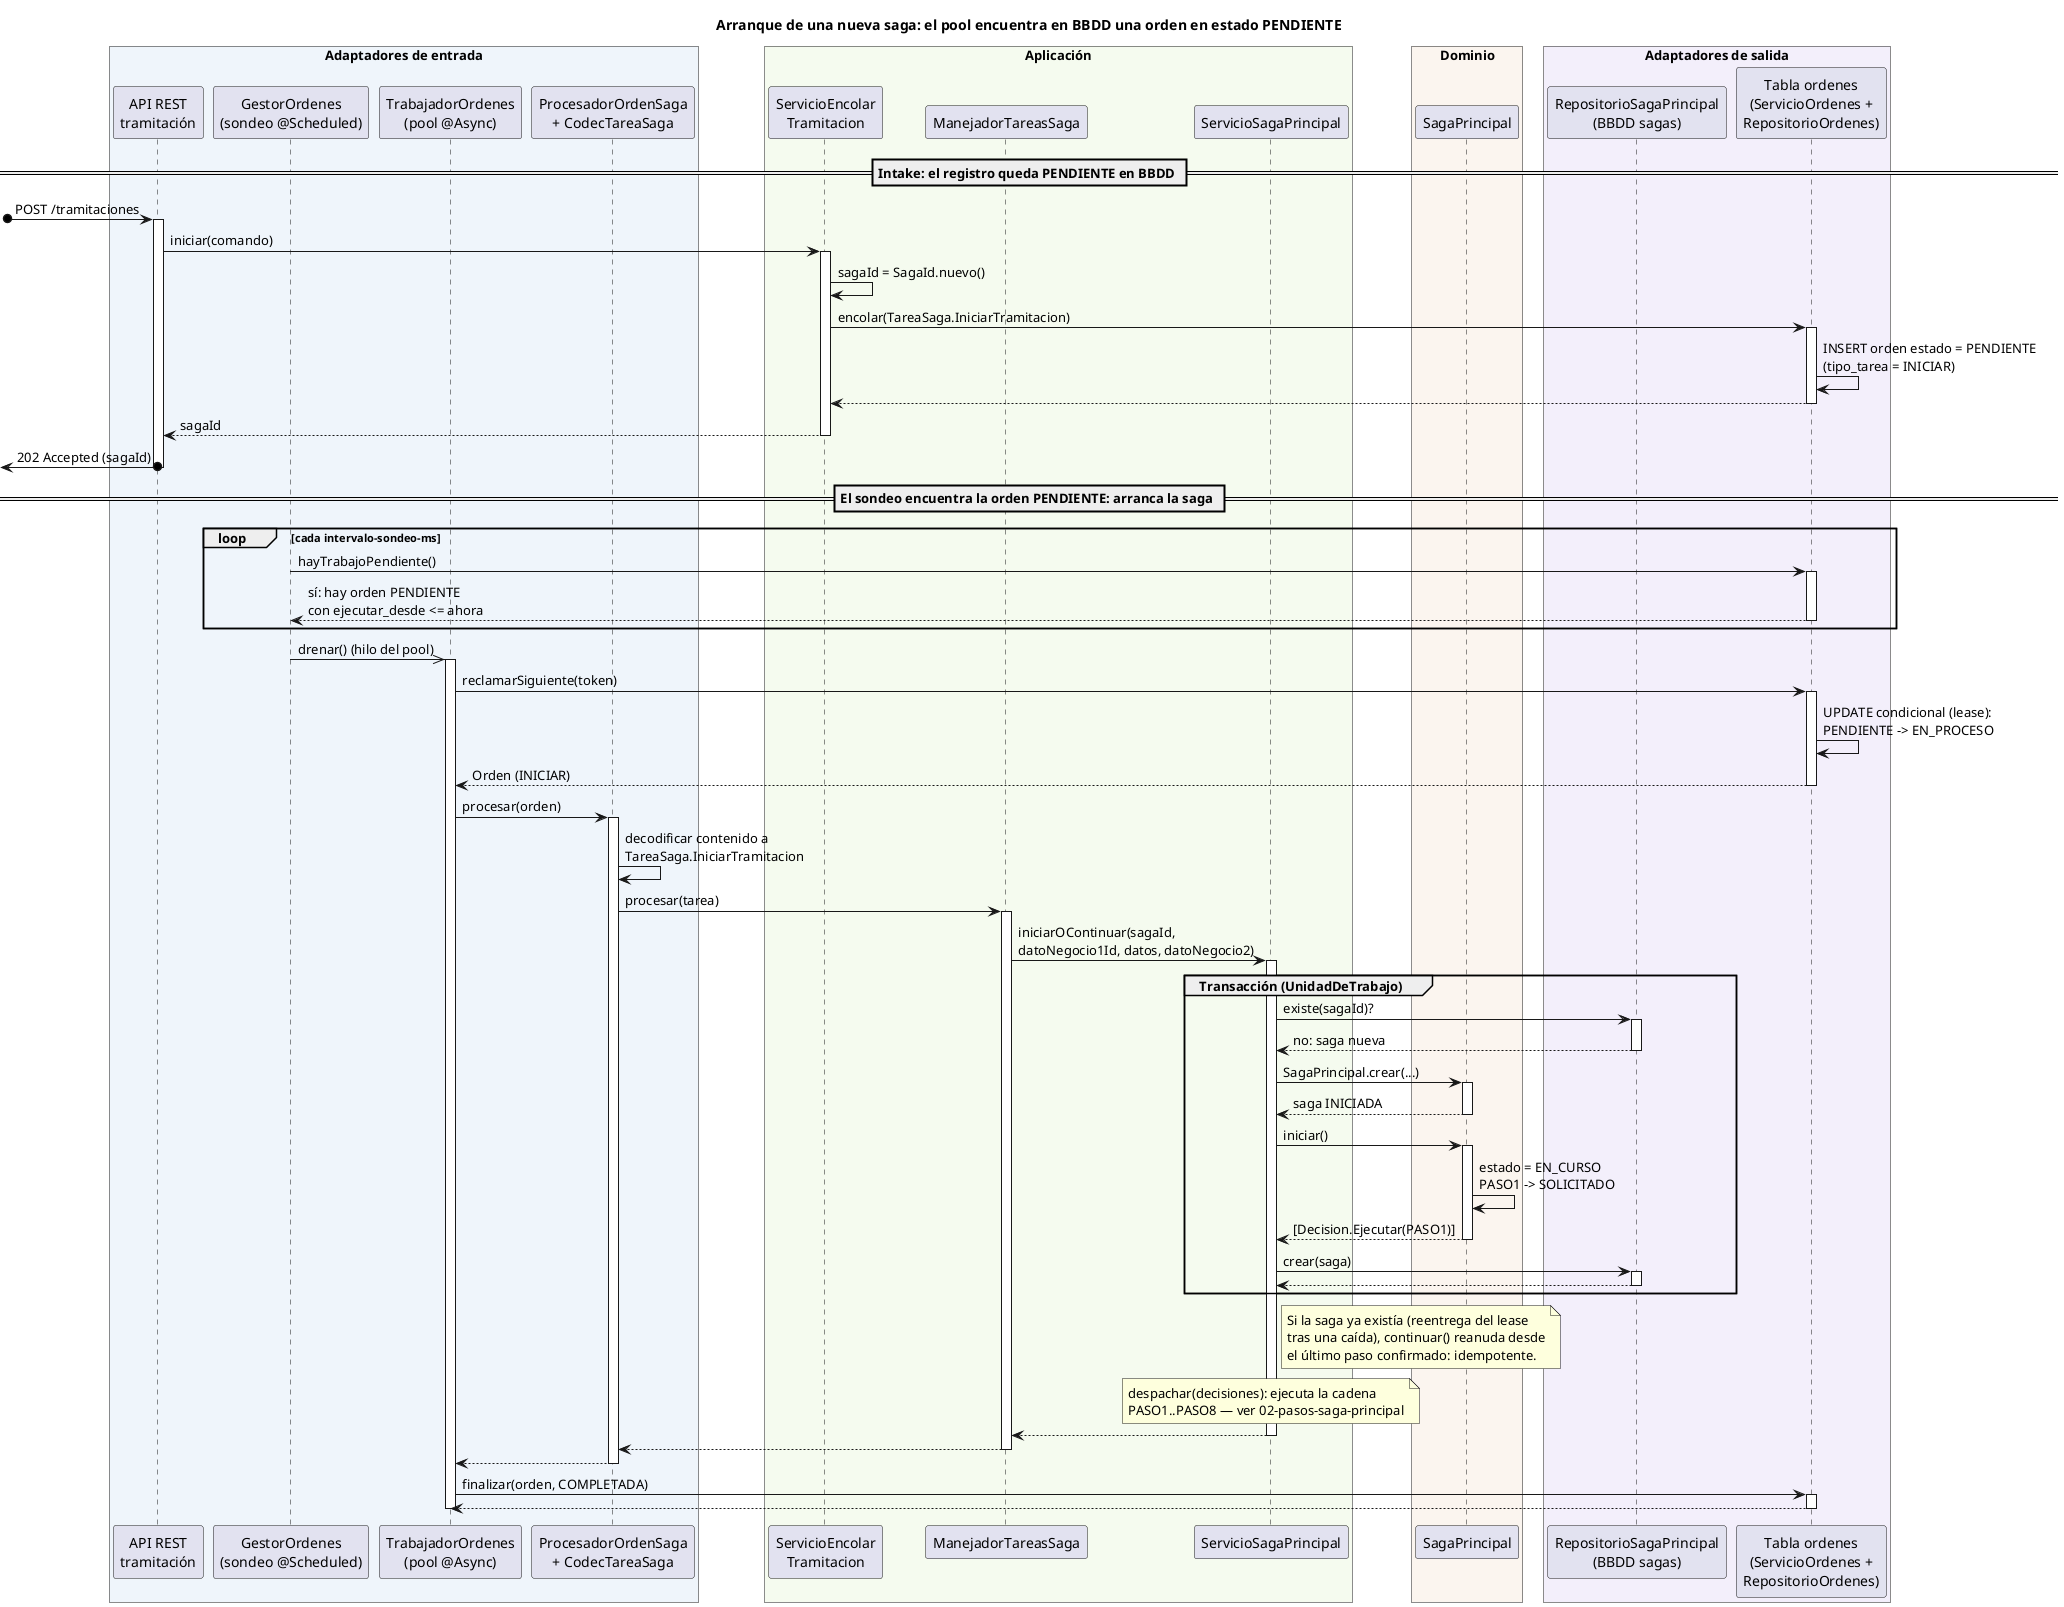
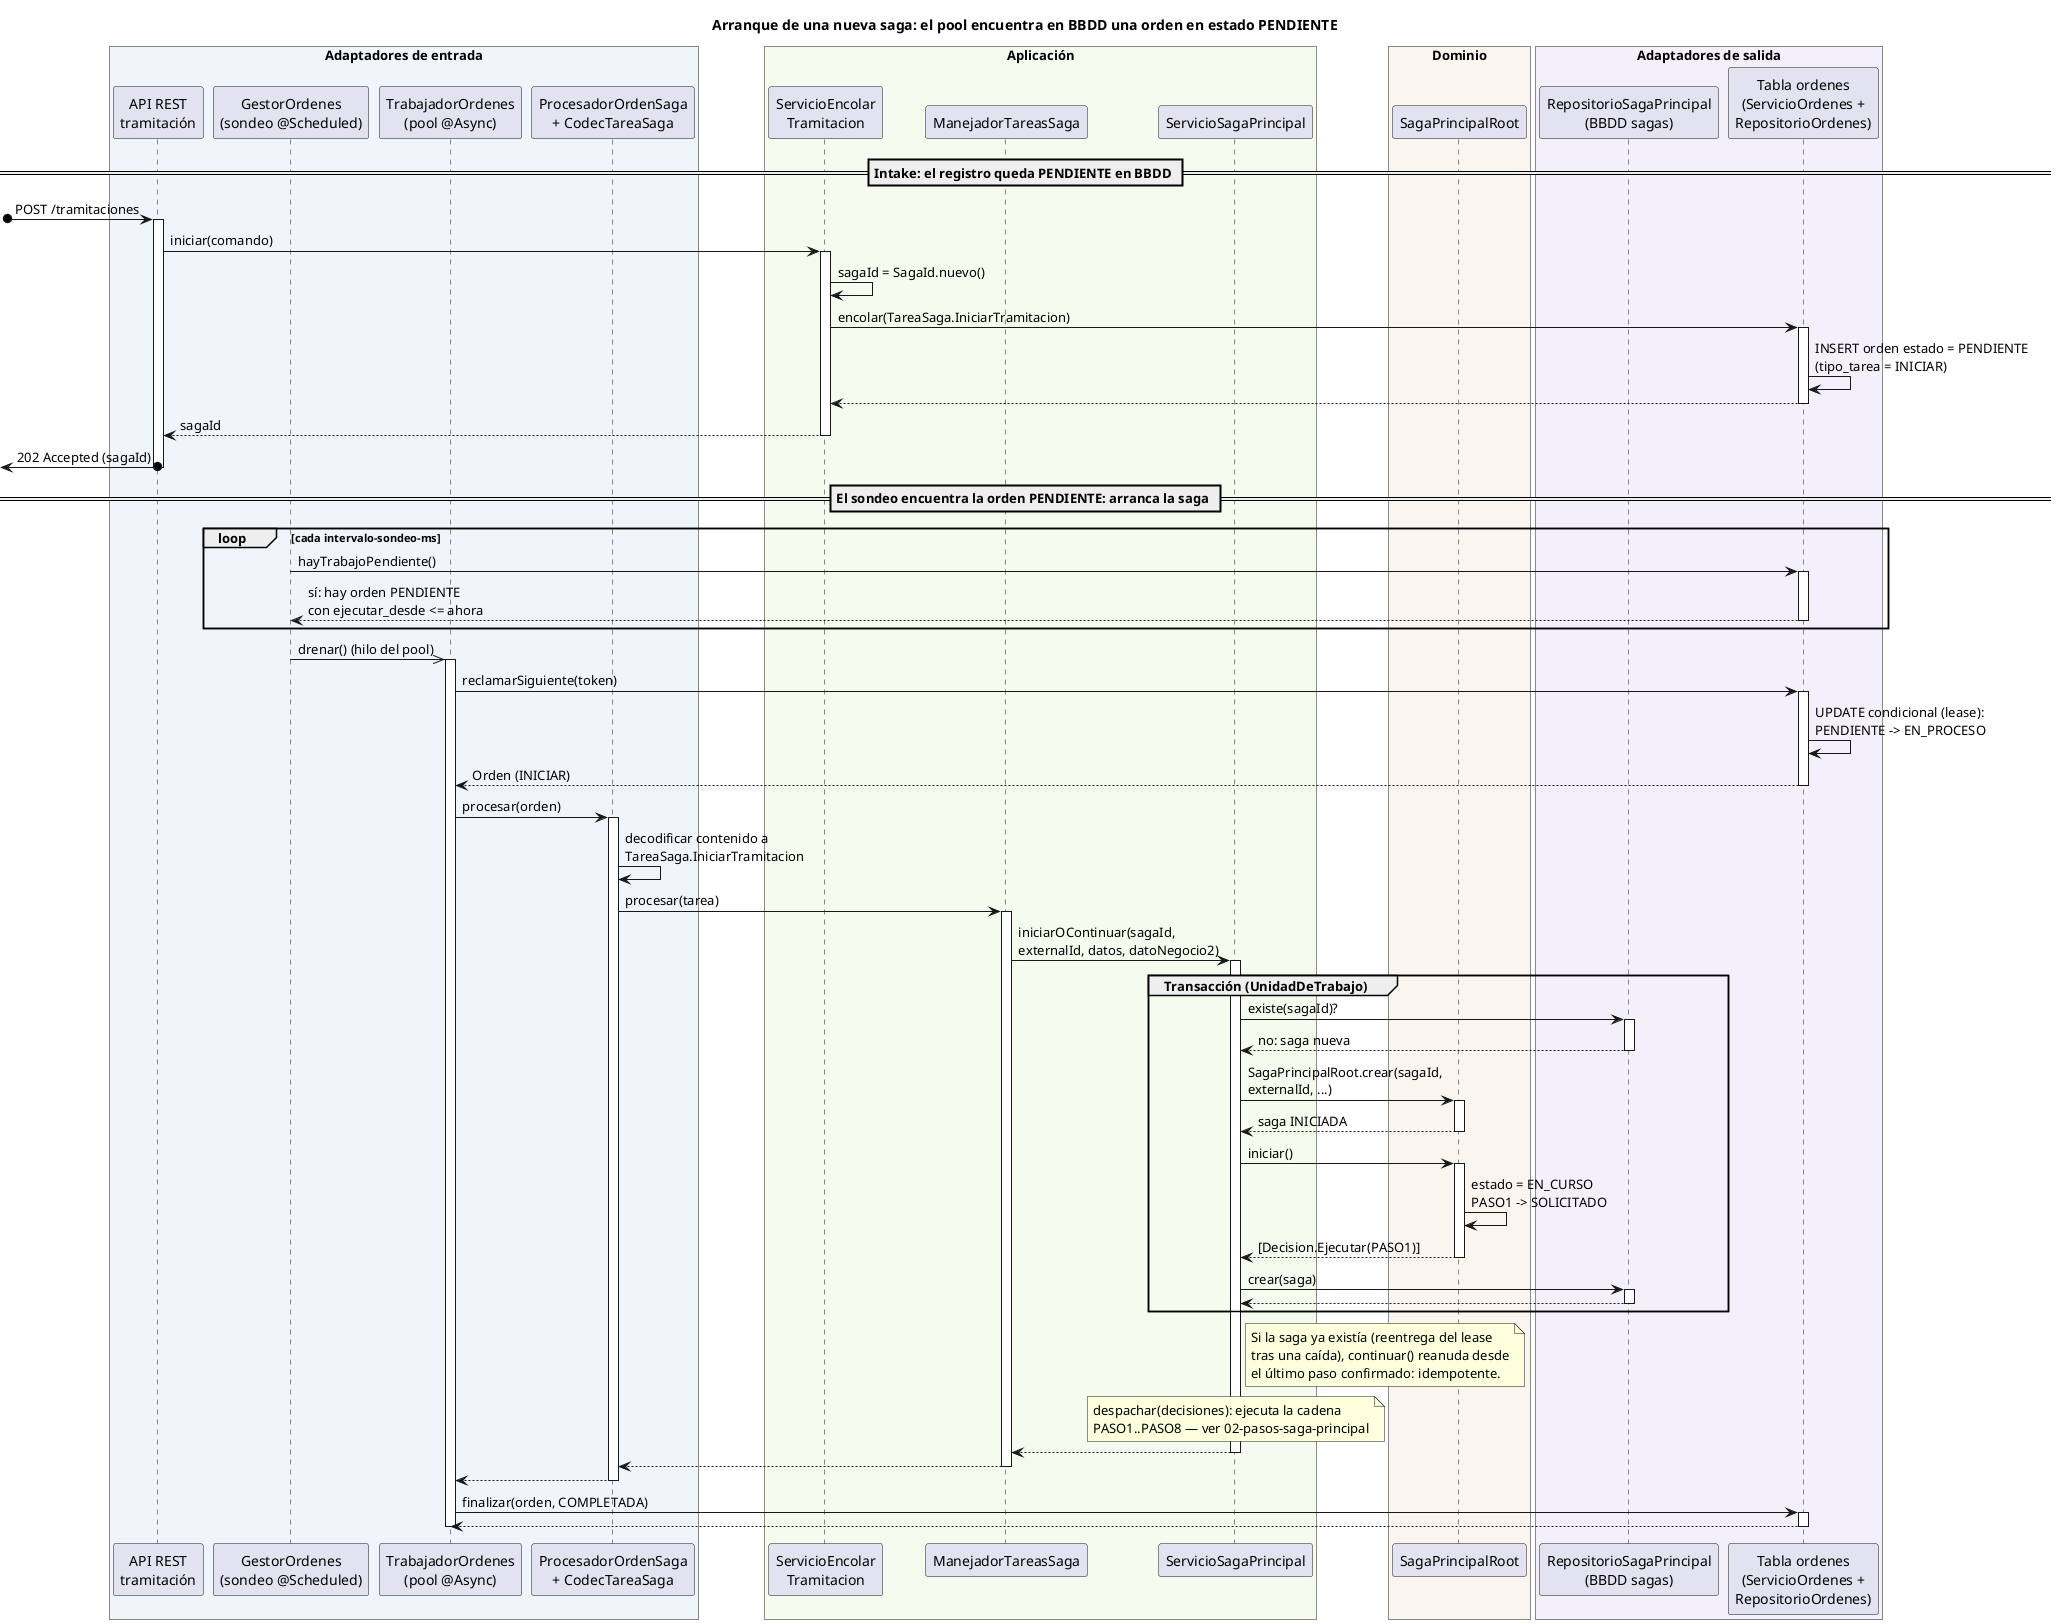
@startuml 01-arranque-saga-nueva
title Arranque de una nueva saga: el pool encuentra en BBDD una orden en estado PENDIENTE

box "Adaptadores de entrada" #EFF5FB
  participant "API REST\ntramitación" as REST
  participant "GestorOrdenes\n(sondeo @Scheduled)" as GESTOR
  participant "TrabajadorOrdenes\n(pool @Async)" as TRAB
  participant "ProcesadorOrdenSaga\n+ CodecTareaSaga" as PROC
end box
box "Aplicación" #F5FBEF
  participant "ServicioEncolar\nTramitacion" as ENC
  participant "ManejadorTareasSaga" as MANEJ
  participant "ServicioSagaPrincipal" as SVC
end box
box "Dominio" #FBF5EF
-   participant "SagaPrincipal" as SAGA
+   participant "SagaPrincipalRoot" as SAGA
end box
box "Adaptadores de salida" #F3EFFB
  participant "RepositorioSagaPrincipal\n(BBDD sagas)" as REPO
  participant "Tabla ordenes\n(ServicioOrdenes +\nRepositorioOrdenes)" as ORD
end box

== Intake: el registro queda PENDIENTE en BBDD ==
[o-> REST : POST /tramitaciones
activate REST
REST -> ENC ++ : iniciar(comando)
ENC -> ENC : sagaId = SagaId.nuevo()
ENC -> ORD ++ : encolar(TareaSaga.IniciarTramitacion)
ORD -> ORD : INSERT orden estado = PENDIENTE\n(tipo_tarea = INICIAR)
return
return sagaId
[<-o REST : 202 Accepted (sagaId)
deactivate REST

== El sondeo encuentra la orden PENDIENTE: arranca la saga ==
loop cada intervalo-sondeo-ms
  GESTOR -> ORD ++ : hayTrabajoPendiente()
  return sí: hay orden PENDIENTE\ncon ejecutar_desde <= ahora
end
GESTOR ->> TRAB : drenar() (hilo del pool)
activate TRAB
TRAB -> ORD ++ : reclamarSiguiente(token)
ORD -> ORD : UPDATE condicional (lease):\nPENDIENTE -> EN_PROCESO
return Orden (INICIAR)
TRAB -> PROC ++ : procesar(orden)
PROC -> PROC : decodificar contenido a\nTareaSaga.IniciarTramitacion
PROC -> MANEJ ++ : procesar(tarea)
- MANEJ -> SVC ++ : iniciarOContinuar(sagaId,\ndatoNegocio1Id, datos, datoNegocio2)
+ MANEJ -> SVC ++ : iniciarOContinuar(sagaId,\nexternalId, datos, datoNegocio2)

group Transacción (UnidadDeTrabajo)
  SVC -> REPO ++ : existe(sagaId)?
  return no: saga nueva
-   SVC -> SAGA ++ : SagaPrincipal.crear(...)
+   SVC -> SAGA ++ : SagaPrincipalRoot.crear(sagaId,\nexternalId, ...)
  return saga INICIADA
  SVC -> SAGA ++ : iniciar()
  SAGA -> SAGA : estado = EN_CURSO\nPASO1 -> SOLICITADO
  return [Decision.Ejecutar(PASO1)]
  SVC -> REPO ++ : crear(saga)
  return
end
note right of SVC
  Si la saga ya existía (reentrega del lease
  tras una caída), continuar() reanuda desde
  el último paso confirmado: idempotente.
end note

note over SVC : despachar(decisiones): ejecuta la cadena\nPASO1..PASO8 — ver 02-pasos-saga-principal
return
return
return
TRAB -> ORD ++ : finalizar(orden, COMPLETADA)
return
deactivate TRAB
@enduml
